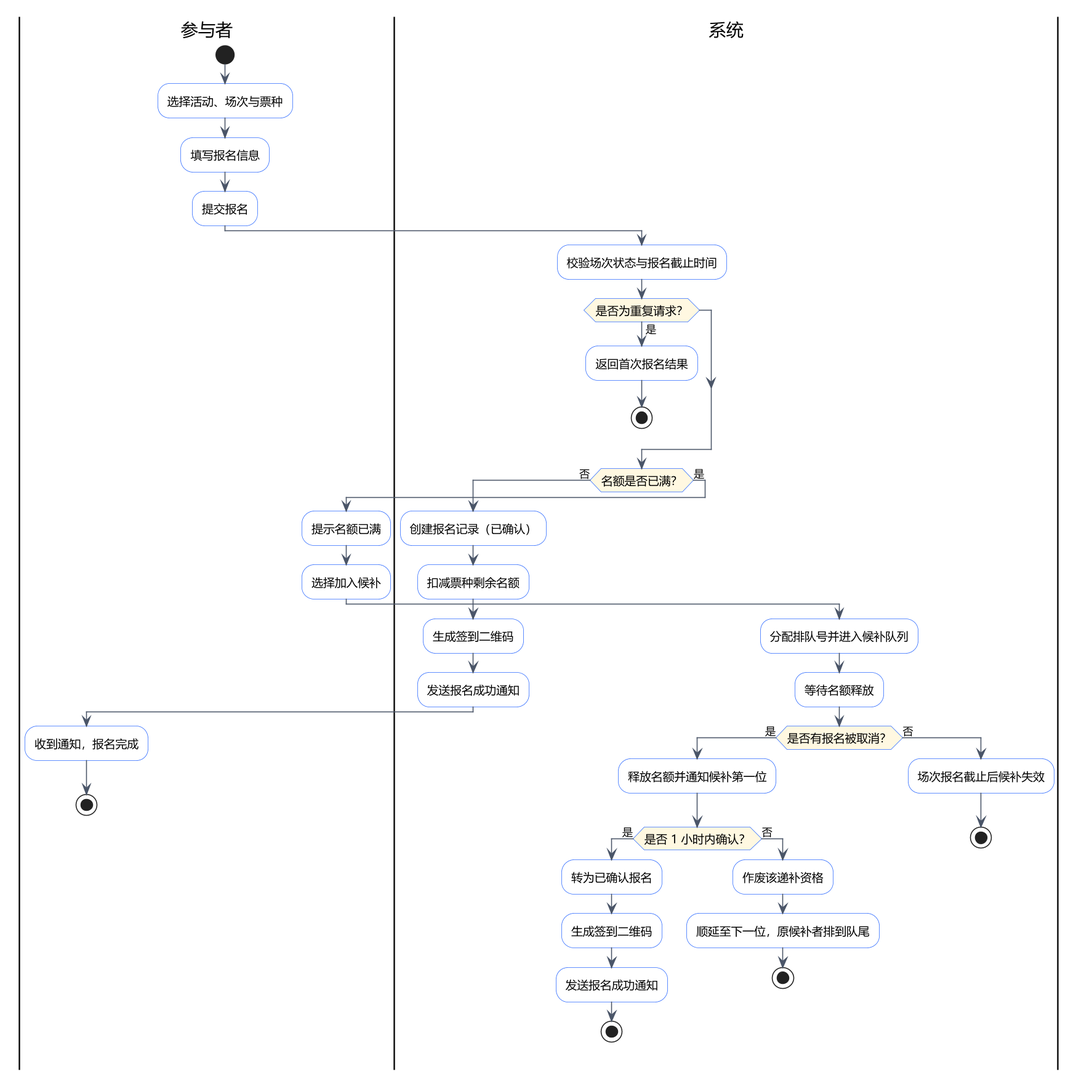
The PlantUML diagram lab2-软件设计与建模/UML/UML活动图.png in 2cyclyx/SE-labs, before a commit.
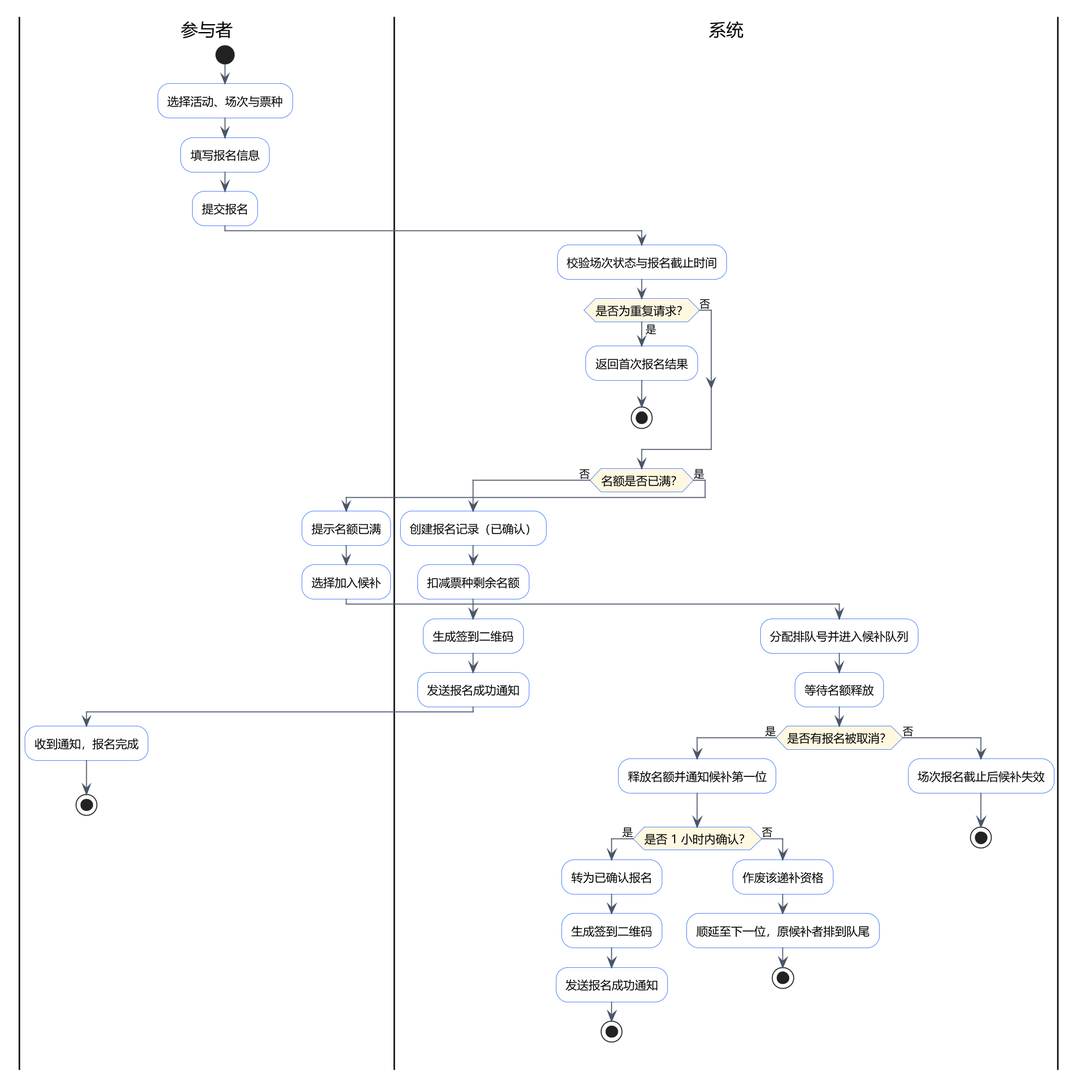
Later version of the same file.

What changed in the source:
```diff
@@ -22,6 +22,7 @@
 if (是否为重复请求？) then (是)
   :返回首次报名结果;
   stop
+else (否)
 endif
 
 if (名额是否已满？) then (否)
```
